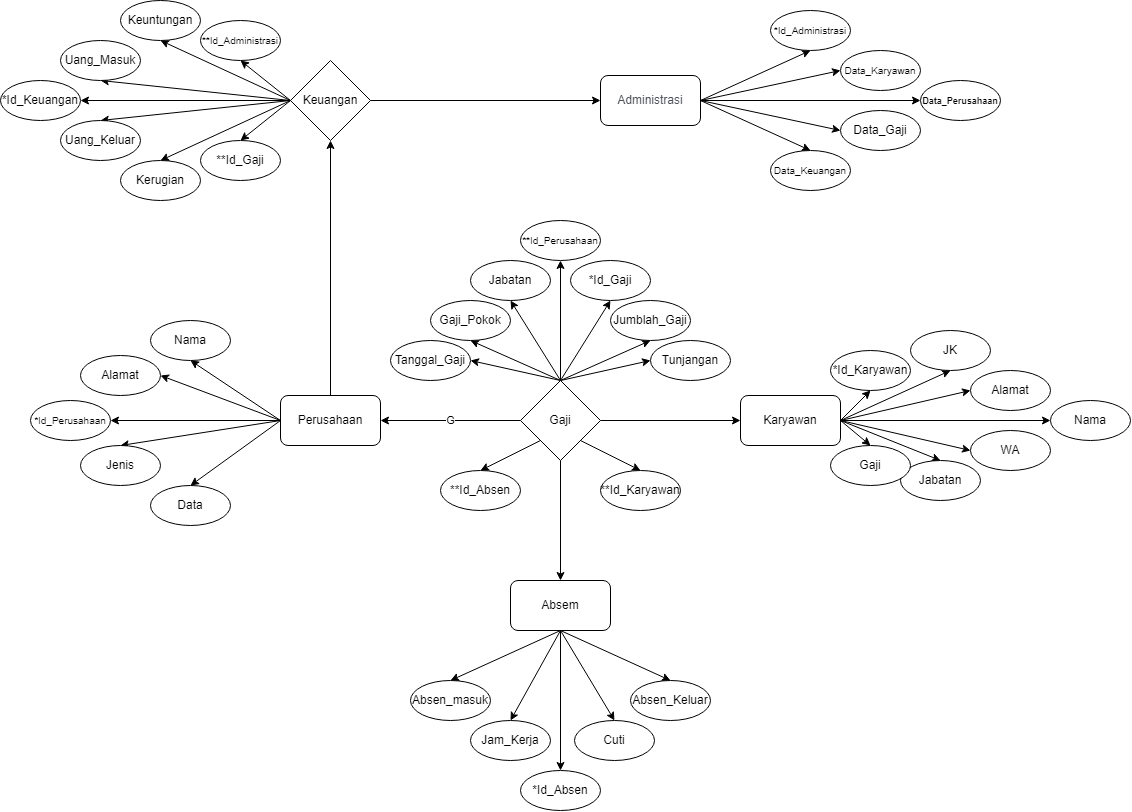
Above: Gaji.png in M-qil-Ferinda-22343053/Aqilll (draw.io), before the change. Source tidied: cells renumbered, new cells last; positions are measured from the earlier drawing's top-left corner, leaving out a move shared by most shapes.
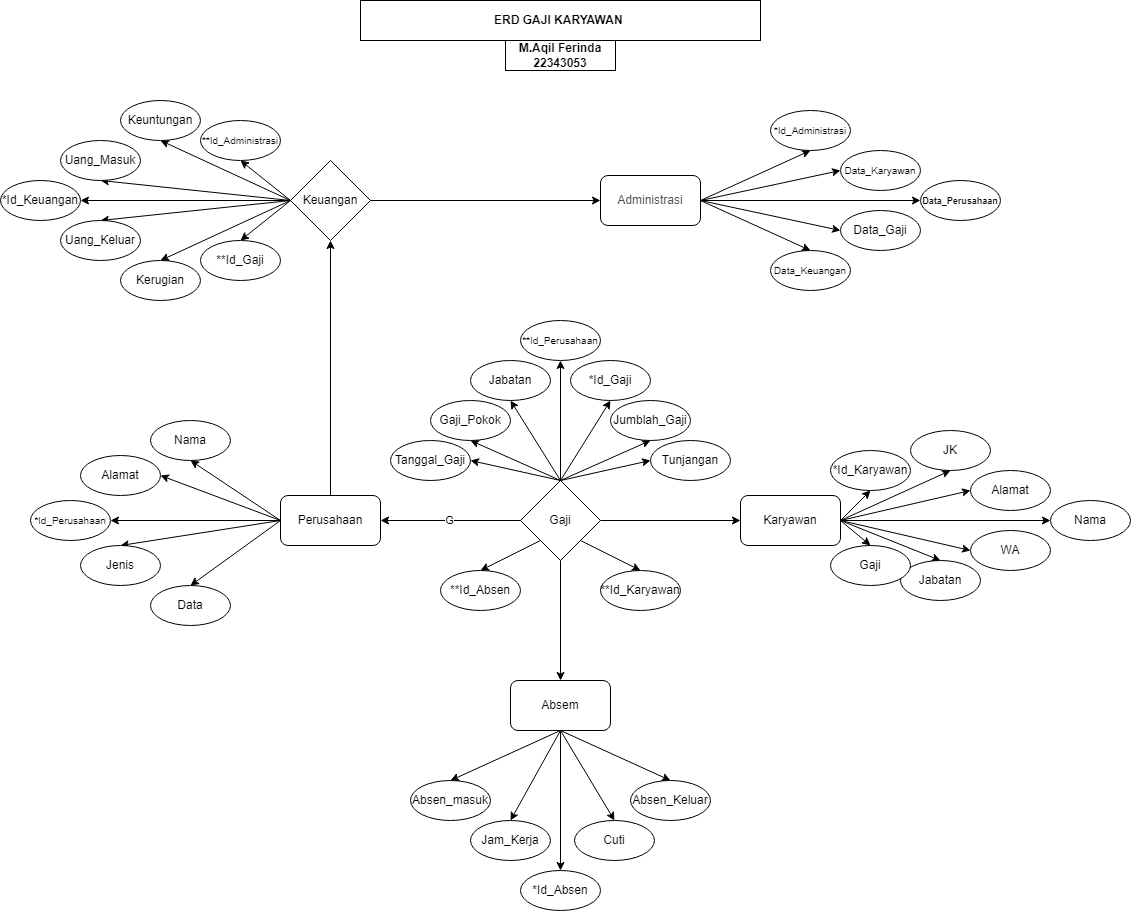
The same diagram one commit later.

Change to the diagram source:
```diff
@@ -263,5 +263,11 @@
     <mxCell id="88" value="Data" style="ellipse;whiteSpace=wrap;html=1;" parent="1" vertex="1">
       <mxGeometry x="150" y="485" width="80" height="40" as="geometry" />
     </mxCell>
+    <mxCell id="89" value="&lt;b&gt;ERD GAJI KARYAWAN&amp;nbsp;&lt;/b&gt;" style="rounded=0;whiteSpace=wrap;html=1;" parent="1" vertex="1">
+      <mxGeometry x="360" y="-100" width="400" height="40" as="geometry" />
+    </mxCell>
+    <mxCell id="90" value="&lt;b&gt;M.Aqil Ferinda&lt;br&gt;22343053&lt;/b&gt;" style="rounded=0;whiteSpace=wrap;html=1;" parent="1" vertex="1">
+      <mxGeometry x="505" y="-60" width="110" height="30" as="geometry" />
+    </mxCell>
   </root>
 </mxGraphModel>
```
